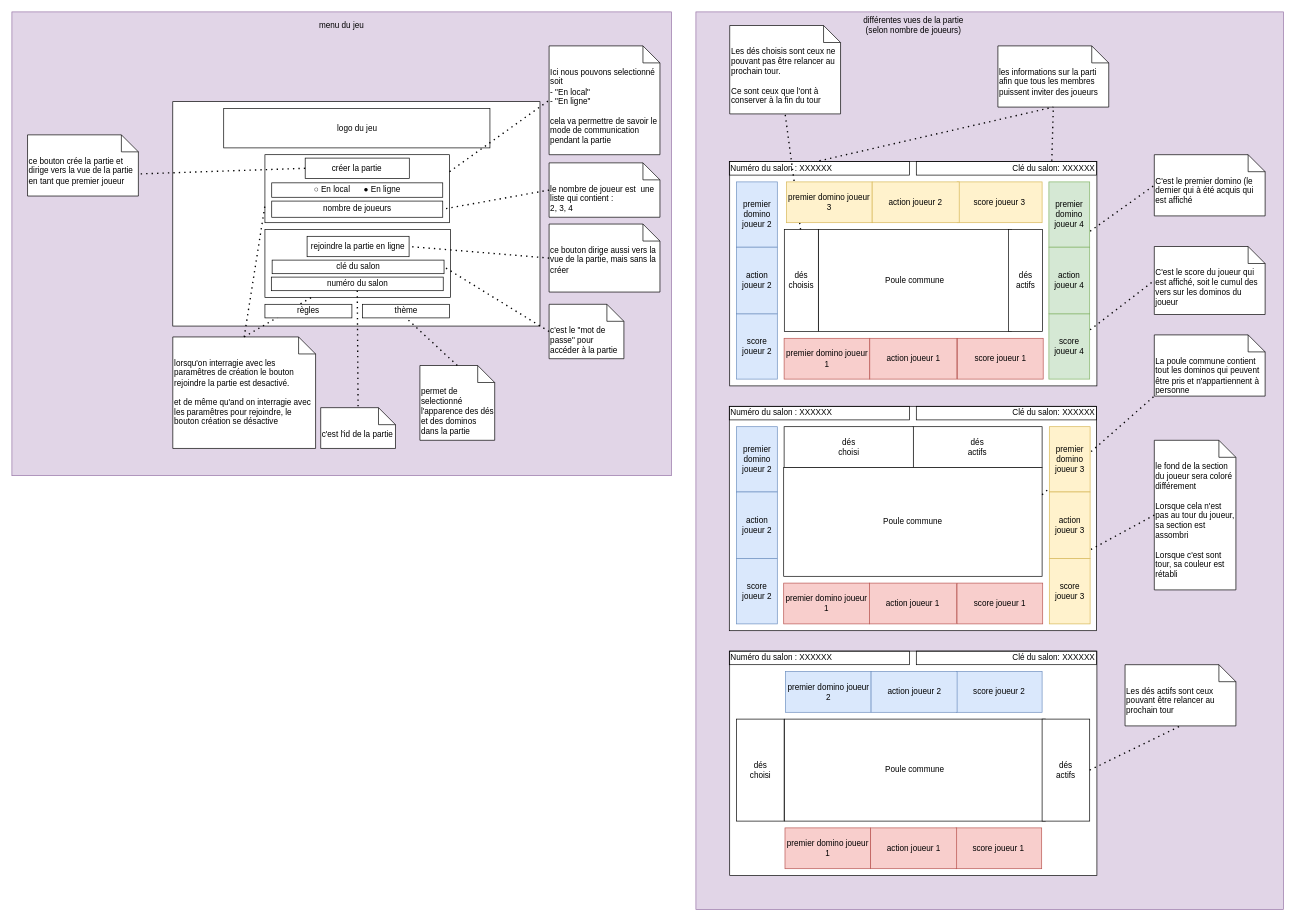
Above: page "Maquette Vue" (1 of 2) of ressources/Drawio/prototype_maquette_vue.drawio in Davosthecool/Pickomino (draw.io), before the change. Source tidied: cells renumbered, new cells numbered last; positions are measured from the earlier drawing's top-left corner, leaving out a move shared by most shapes. Both pictures are drawn from the tidied source at 68%, with x=0, y=0 at pixel (12, 12).
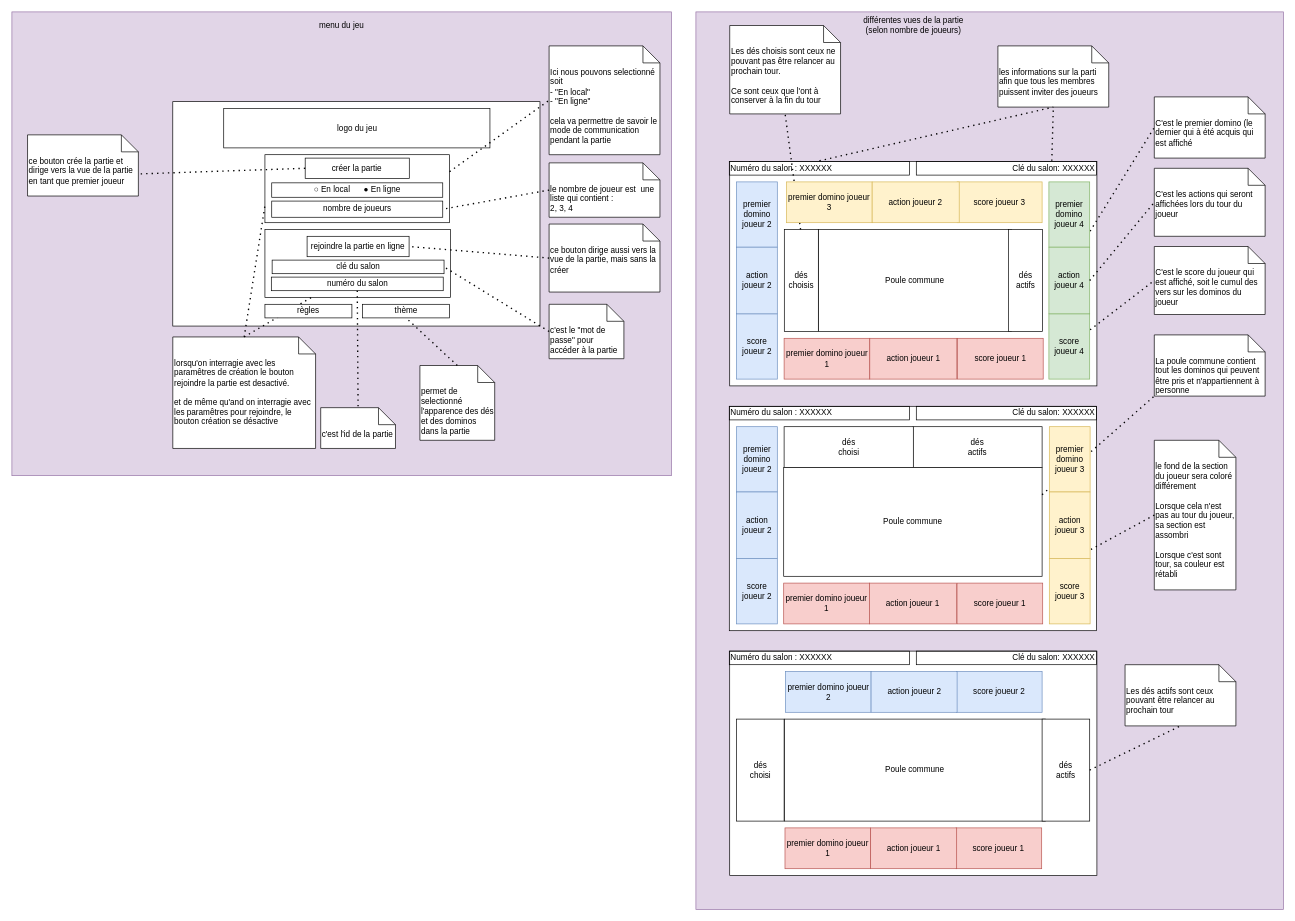
Above is the later version.

The change refers to these unchanged cells:
```xml
<mxCell id="79" value="action joueur 4" style="rounded=0;whiteSpace=wrap;html=1;fillColor=#d5e8d4;strokeColor=#82b366;" parent="1" vertex="1">
  <mxGeometry x="1525" y="346" width="60" height="98" as="geometry" />
</mxCell>
```

Change to the diagram source:
```diff
@@
     <mxCell id="24" value="C'est le premier domino (le dernier qui à été acquis qui est affiché" style="shape=note2;boundedLbl=1;whiteSpace=wrap;html=1;size=25;verticalAlign=top;align=left;" parent="1" vertex="1">
-      <mxGeometry x="1680" y="210" width="163" height="90" as="geometry" />
+      <mxGeometry x="1680" y="125" width="163" height="90" as="geometry" />
     </mxCell>
@@
+    <mxCell id="95" value="C'est les actions qui seront affichées lors du tour du joueur" style="shape=note2;boundedLbl=1;whiteSpace=wrap;html=1;size=25;verticalAlign=top;align=left;" parent="1" vertex="1">
+      <mxGeometry x="1680" y="230" width="163" height="100" as="geometry" />
+    </mxCell>
+    <mxCell id="96" style="endArrow=none;dashed=1;html=1;dashPattern=1 3;strokeWidth=2;rounded=0;entryX=0;entryY=0.5;entryDx=0;entryDy=0;entryPerimeter=0;exitX=1;exitY=0.5;exitDx=0;exitDy=0;" parent="1" edge="1" source="79" target="95">
+      <mxGeometry relative="1" as="geometry" />
+    </mxCell>
```
